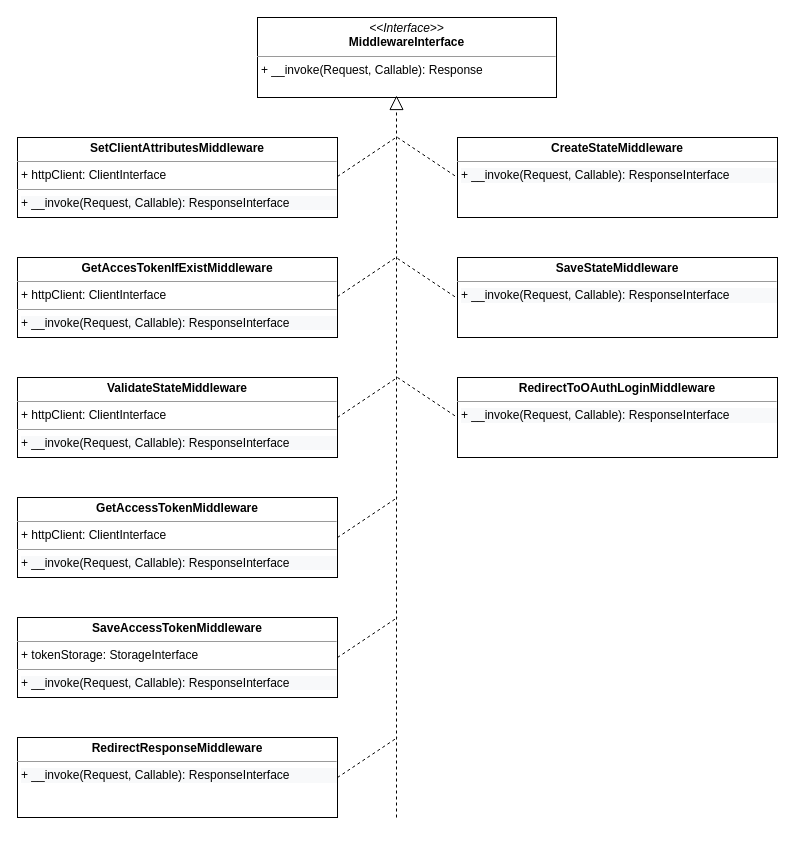
andrzej-pakula/oauth-api-connector-bundle keeps this draw.io diagram as page "Page-1" (1 of 3) of oauth.drawio. Above is the earlier version. Source tidied: cells renumbered, new cells numbered last; positions are measured from the earlier drawing's top-left corner, leaving out a move shared by most shapes. Both pictures are drawn from the tidied source at 100%, with x=0, y=0 at pixel (17, 17).
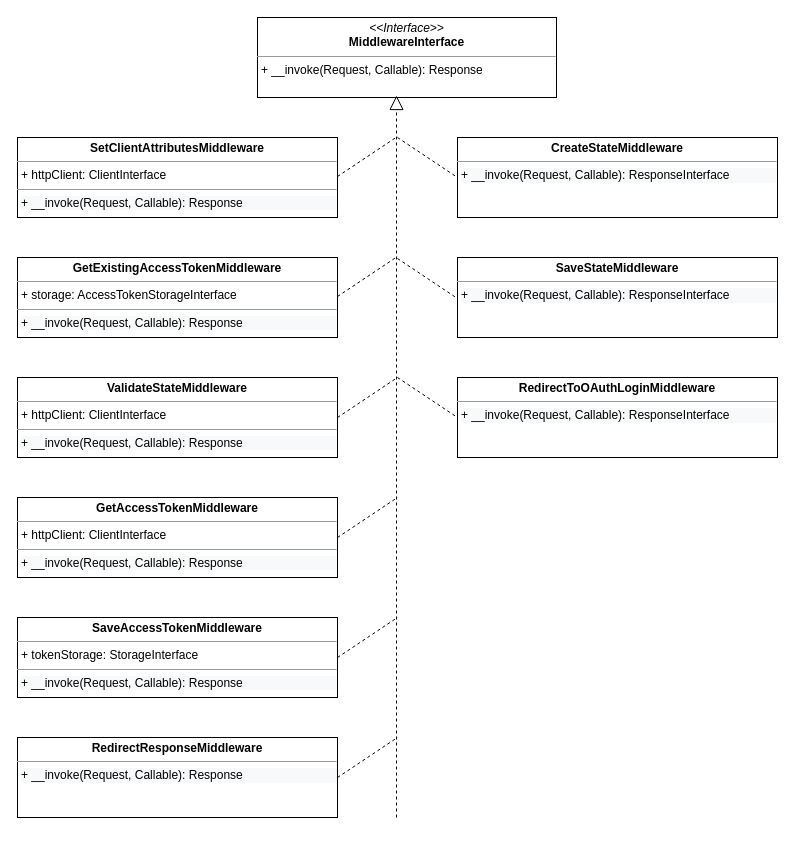
The same diagram, later.

The edit, as a diff of the source:
```diff
@@
-    <mxCell id="3" value="&lt;p style=&quot;margin: 0px ; margin-top: 4px ; text-align: center&quot;&gt;&lt;b&gt;GetAccessTokenMiddleware&lt;/b&gt;&lt;/p&gt;&lt;hr size=&quot;1&quot;&gt;&lt;p style=&quot;margin: 0px ; margin-left: 4px&quot;&gt;+ httpClient: ClientInterface&lt;/p&gt;&lt;hr size=&quot;1&quot;&gt;&lt;p style=&quot;margin: 0px ; margin-left: 4px&quot;&gt;&lt;span style=&quot;color: rgb(0 , 0 , 0) ; font-family: &amp;#34;helvetica&amp;#34; ; font-size: 12px ; font-style: normal ; font-weight: 400 ; letter-spacing: normal ; text-align: left ; text-indent: 0px ; text-transform: none ; word-spacing: 0px ; background-color: rgb(248 , 249 , 250) ; float: none ; display: inline&quot;&gt;&lt;/span&gt;&lt;/p&gt;&lt;p style=&quot;color: rgb(0 , 0 , 0) ; font-family: &amp;#34;helvetica&amp;#34; ; font-size: 12px ; font-style: normal ; font-weight: 400 ; letter-spacing: normal ; text-align: left ; text-indent: 0px ; text-transform: none ; word-spacing: 0px ; background-color: rgb(248 , 249 , 250) ; margin: 0px 0px 0px 4px&quot;&gt;&lt;span&gt;+ __invoke(Request, Callable): ResponseInterface&lt;/span&gt;&lt;/p&gt;" style="verticalAlign=top;align=left;overflow=fill;fontSize=12;fontFamily=Helvetica;html=1;" parent="1" vertex="1">
+    <mxCell id="3" value="&lt;p style=&quot;margin: 0px ; margin-top: 4px ; text-align: center&quot;&gt;&lt;b&gt;GetAccessTokenMiddleware&lt;/b&gt;&lt;/p&gt;&lt;hr size=&quot;1&quot;&gt;&lt;p style=&quot;margin: 0px ; margin-left: 4px&quot;&gt;+ httpClient: ClientInterface&lt;/p&gt;&lt;hr size=&quot;1&quot;&gt;&lt;p style=&quot;margin: 0px ; margin-left: 4px&quot;&gt;&lt;span style=&quot;color: rgb(0 , 0 , 0) ; font-family: &amp;#34;helvetica&amp;#34; ; font-size: 12px ; font-style: normal ; font-weight: 400 ; letter-spacing: normal ; text-align: left ; text-indent: 0px ; text-transform: none ; word-spacing: 0px ; background-color: rgb(248 , 249 , 250) ; float: none ; display: inline&quot;&gt;&lt;/span&gt;&lt;/p&gt;&lt;p style=&quot;color: rgb(0 , 0 , 0) ; font-family: &amp;#34;helvetica&amp;#34; ; font-size: 12px ; font-style: normal ; font-weight: 400 ; letter-spacing: normal ; text-align: left ; text-indent: 0px ; text-transform: none ; word-spacing: 0px ; background-color: rgb(248 , 249 , 250) ; margin: 0px 0px 0px 4px&quot;&gt;&lt;span&gt;+ __invoke(Request, Callable): Response&lt;/span&gt;&lt;/p&gt;" style="verticalAlign=top;align=left;overflow=fill;fontSize=12;fontFamily=Helvetica;html=1;" parent="1" vertex="1">
       <mxGeometry y="480" width="320" height="80" as="geometry" />
     </mxCell>
-    <mxCell id="4" value="&lt;p style=&quot;margin: 0px ; margin-top: 4px ; text-align: center&quot;&gt;&lt;b&gt;SaveAccessTokenMiddleware&lt;/b&gt;&lt;/p&gt;&lt;hr size=&quot;1&quot;&gt;&lt;p style=&quot;margin: 0px ; margin-left: 4px&quot;&gt;+ tokenStorage: StorageInterface&lt;/p&gt;&lt;hr size=&quot;1&quot;&gt;&lt;p style=&quot;margin: 0px ; margin-left: 4px&quot;&gt;&lt;span style=&quot;color: rgb(0 , 0 , 0) ; font-family: &amp;#34;helvetica&amp;#34; ; font-size: 12px ; font-style: normal ; font-weight: 400 ; letter-spacing: normal ; text-align: left ; text-indent: 0px ; text-transform: none ; word-spacing: 0px ; background-color: rgb(248 , 249 , 250) ; float: none ; display: inline&quot;&gt;&lt;/span&gt;&lt;/p&gt;&lt;p style=&quot;color: rgb(0 , 0 , 0) ; font-family: &amp;#34;helvetica&amp;#34; ; font-size: 12px ; font-style: normal ; font-weight: 400 ; letter-spacing: normal ; text-align: left ; text-indent: 0px ; text-transform: none ; word-spacing: 0px ; background-color: rgb(248 , 249 , 250) ; margin: 0px 0px 0px 4px&quot;&gt;&lt;span&gt;+ __invoke(Request, Callable): ResponseInterface&lt;/span&gt;&lt;/p&gt;" style="verticalAlign=top;align=left;overflow=fill;fontSize=12;fontFamily=Helvetica;html=1;" parent="1" vertex="1">
+    <mxCell id="4" value="&lt;p style=&quot;margin: 0px ; margin-top: 4px ; text-align: center&quot;&gt;&lt;b&gt;SaveAccessTokenMiddleware&lt;/b&gt;&lt;/p&gt;&lt;hr size=&quot;1&quot;&gt;&lt;p style=&quot;margin: 0px ; margin-left: 4px&quot;&gt;+ tokenStorage: StorageInterface&lt;/p&gt;&lt;hr size=&quot;1&quot;&gt;&lt;p style=&quot;margin: 0px ; margin-left: 4px&quot;&gt;&lt;span style=&quot;color: rgb(0 , 0 , 0) ; font-family: &amp;#34;helvetica&amp;#34; ; font-size: 12px ; font-style: normal ; font-weight: 400 ; letter-spacing: normal ; text-align: left ; text-indent: 0px ; text-transform: none ; word-spacing: 0px ; background-color: rgb(248 , 249 , 250) ; float: none ; display: inline&quot;&gt;&lt;/span&gt;&lt;/p&gt;&lt;p style=&quot;color: rgb(0 , 0 , 0) ; font-family: &amp;#34;helvetica&amp;#34; ; font-size: 12px ; font-style: normal ; font-weight: 400 ; letter-spacing: normal ; text-align: left ; text-indent: 0px ; text-transform: none ; word-spacing: 0px ; background-color: rgb(248 , 249 , 250) ; margin: 0px 0px 0px 4px&quot;&gt;&lt;span&gt;+ __invoke(Request, Callable): Response&lt;/span&gt;&lt;/p&gt;" style="verticalAlign=top;align=left;overflow=fill;fontSize=12;fontFamily=Helvetica;html=1;" parent="1" vertex="1">
       <mxGeometry y="600" width="320" height="80" as="geometry" />
     </mxCell>
-    <mxCell id="5" value="&lt;p style=&quot;margin: 0px ; margin-top: 4px ; text-align: center&quot;&gt;&lt;b&gt;RedirectResponseMiddleware&lt;/b&gt;&lt;/p&gt;&lt;hr size=&quot;1&quot;&gt;&lt;p style=&quot;margin: 0px ; margin-left: 4px&quot;&gt;&lt;/p&gt;&lt;p style=&quot;margin: 0px ; margin-left: 4px&quot;&gt;&lt;span style=&quot;color: rgb(0 , 0 , 0) ; font-family: &amp;#34;helvetica&amp;#34; ; font-size: 12px ; font-style: normal ; font-weight: 400 ; letter-spacing: normal ; text-align: left ; text-indent: 0px ; text-transform: none ; word-spacing: 0px ; background-color: rgb(248 , 249 , 250) ; float: none ; display: inline&quot;&gt;&lt;/span&gt;&lt;/p&gt;&lt;p style=&quot;color: rgb(0 , 0 , 0) ; font-family: &amp;#34;helvetica&amp;#34; ; font-size: 12px ; font-style: normal ; font-weight: 400 ; letter-spacing: normal ; text-align: left ; text-indent: 0px ; text-transform: none ; word-spacing: 0px ; background-color: rgb(248 , 249 , 250) ; margin: 0px 0px 0px 4px&quot;&gt;&lt;span&gt;+ __invoke(Request, Callable): ResponseInterface&lt;/span&gt;&lt;/p&gt;" style="verticalAlign=top;align=left;overflow=fill;fontSize=12;fontFamily=Helvetica;html=1;" parent="1" vertex="1">
+    <mxCell id="5" value="&lt;p style=&quot;margin: 0px ; margin-top: 4px ; text-align: center&quot;&gt;&lt;b&gt;RedirectResponseMiddleware&lt;/b&gt;&lt;/p&gt;&lt;hr size=&quot;1&quot;&gt;&lt;p style=&quot;margin: 0px ; margin-left: 4px&quot;&gt;&lt;/p&gt;&lt;p style=&quot;margin: 0px ; margin-left: 4px&quot;&gt;&lt;span style=&quot;color: rgb(0 , 0 , 0) ; font-family: &amp;#34;helvetica&amp;#34; ; font-size: 12px ; font-style: normal ; font-weight: 400 ; letter-spacing: normal ; text-align: left ; text-indent: 0px ; text-transform: none ; word-spacing: 0px ; background-color: rgb(248 , 249 , 250) ; float: none ; display: inline&quot;&gt;&lt;/span&gt;&lt;/p&gt;&lt;p style=&quot;color: rgb(0 , 0 , 0) ; font-family: &amp;#34;helvetica&amp;#34; ; font-size: 12px ; font-style: normal ; font-weight: 400 ; letter-spacing: normal ; text-align: left ; text-indent: 0px ; text-transform: none ; word-spacing: 0px ; background-color: rgb(248 , 249 , 250) ; margin: 0px 0px 0px 4px&quot;&gt;&lt;span&gt;+ __invoke(Request, Callable): Response&lt;/span&gt;&lt;/p&gt;" style="verticalAlign=top;align=left;overflow=fill;fontSize=12;fontFamily=Helvetica;html=1;" parent="1" vertex="1">
       <mxGeometry y="720" width="320" height="80" as="geometry" />
     </mxCell>
@@
-    <mxCell id="10" value="&lt;p style=&quot;margin: 0px ; margin-top: 4px ; text-align: center&quot;&gt;&lt;b&gt;ValidateStateMiddleware&lt;/b&gt;&lt;/p&gt;&lt;hr size=&quot;1&quot;&gt;&lt;p style=&quot;margin: 0px ; margin-left: 4px&quot;&gt;+ httpClient: ClientInterface&lt;/p&gt;&lt;hr size=&quot;1&quot;&gt;&lt;p style=&quot;margin: 0px ; margin-left: 4px&quot;&gt;&lt;span style=&quot;color: rgb(0 , 0 , 0) ; font-family: &amp;#34;helvetica&amp;#34; ; font-size: 12px ; font-style: normal ; font-weight: 400 ; letter-spacing: normal ; text-align: left ; text-indent: 0px ; text-transform: none ; word-spacing: 0px ; background-color: rgb(248 , 249 , 250) ; float: none ; display: inline&quot;&gt;&lt;/span&gt;&lt;/p&gt;&lt;p style=&quot;color: rgb(0 , 0 , 0) ; font-family: &amp;#34;helvetica&amp;#34; ; font-size: 12px ; font-style: normal ; font-weight: 400 ; letter-spacing: normal ; text-align: left ; text-indent: 0px ; text-transform: none ; word-spacing: 0px ; background-color: rgb(248 , 249 , 250) ; margin: 0px 0px 0px 4px&quot;&gt;&lt;span&gt;+ __invoke(Request, Callable): ResponseInterface&lt;/span&gt;&lt;/p&gt;" style="verticalAlign=top;align=left;overflow=fill;fontSize=12;fontFamily=Helvetica;html=1;" parent="1" vertex="1">
+    <mxCell id="10" value="&lt;p style=&quot;margin: 0px ; margin-top: 4px ; text-align: center&quot;&gt;&lt;b&gt;ValidateStateMiddleware&lt;/b&gt;&lt;/p&gt;&lt;hr size=&quot;1&quot;&gt;&lt;p style=&quot;margin: 0px ; margin-left: 4px&quot;&gt;+ httpClient: ClientInterface&lt;/p&gt;&lt;hr size=&quot;1&quot;&gt;&lt;p style=&quot;margin: 0px ; margin-left: 4px&quot;&gt;&lt;span style=&quot;color: rgb(0 , 0 , 0) ; font-family: &amp;#34;helvetica&amp;#34; ; font-size: 12px ; font-style: normal ; font-weight: 400 ; letter-spacing: normal ; text-align: left ; text-indent: 0px ; text-transform: none ; word-spacing: 0px ; background-color: rgb(248 , 249 , 250) ; float: none ; display: inline&quot;&gt;&lt;/span&gt;&lt;/p&gt;&lt;p style=&quot;color: rgb(0 , 0 , 0) ; font-family: &amp;#34;helvetica&amp;#34; ; font-size: 12px ; font-style: normal ; font-weight: 400 ; letter-spacing: normal ; text-align: left ; text-indent: 0px ; text-transform: none ; word-spacing: 0px ; background-color: rgb(248 , 249 , 250) ; margin: 0px 0px 0px 4px&quot;&gt;&lt;span&gt;+ __invoke(Request, Callable): Response&lt;/span&gt;&lt;/p&gt;" style="verticalAlign=top;align=left;overflow=fill;fontSize=12;fontFamily=Helvetica;html=1;" parent="1" vertex="1">
       <mxGeometry y="360" width="320" height="80" as="geometry" />
     </mxCell>
-    <mxCell id="11" value="&lt;p style=&quot;margin: 0px ; margin-top: 4px ; text-align: center&quot;&gt;&lt;b&gt;GetAccesTokenIfExistMiddleware&lt;/b&gt;&lt;/p&gt;&lt;hr size=&quot;1&quot;&gt;&lt;p style=&quot;margin: 0px ; margin-left: 4px&quot;&gt;+ httpClient: ClientInterface&lt;/p&gt;&lt;hr size=&quot;1&quot;&gt;&lt;p style=&quot;margin: 0px ; margin-left: 4px&quot;&gt;&lt;span style=&quot;color: rgb(0 , 0 , 0) ; font-family: &amp;#34;helvetica&amp;#34; ; font-size: 12px ; font-style: normal ; font-weight: 400 ; letter-spacing: normal ; text-align: left ; text-indent: 0px ; text-transform: none ; word-spacing: 0px ; background-color: rgb(248 , 249 , 250) ; float: none ; display: inline&quot;&gt;&lt;/span&gt;&lt;/p&gt;&lt;p style=&quot;color: rgb(0 , 0 , 0) ; font-family: &amp;#34;helvetica&amp;#34; ; font-size: 12px ; font-style: normal ; font-weight: 400 ; letter-spacing: normal ; text-align: left ; text-indent: 0px ; text-transform: none ; word-spacing: 0px ; background-color: rgb(248 , 249 , 250) ; margin: 0px 0px 0px 4px&quot;&gt;&lt;span&gt;+ __invoke(Request, Callable): ResponseInterface&lt;/span&gt;&lt;/p&gt;" style="verticalAlign=top;align=left;overflow=fill;fontSize=12;fontFamily=Helvetica;html=1;" parent="1" vertex="1">
+    <mxCell id="11" value="&lt;p style=&quot;margin: 0px ; margin-top: 4px ; text-align: center&quot;&gt;&lt;b&gt;GetExistingAccessTokenMiddleware&lt;/b&gt;&lt;/p&gt;&lt;hr size=&quot;1&quot;&gt;&lt;p style=&quot;margin: 0px ; margin-left: 4px&quot;&gt;+ storage: AccessTokenStorageInterface&lt;/p&gt;&lt;hr size=&quot;1&quot;&gt;&lt;p style=&quot;margin: 0px ; margin-left: 4px&quot;&gt;&lt;span style=&quot;color: rgb(0 , 0 , 0) ; font-family: &amp;#34;helvetica&amp;#34; ; font-size: 12px ; font-style: normal ; font-weight: 400 ; letter-spacing: normal ; text-align: left ; text-indent: 0px ; text-transform: none ; word-spacing: 0px ; background-color: rgb(248 , 249 , 250) ; float: none ; display: inline&quot;&gt;&lt;/span&gt;&lt;/p&gt;&lt;p style=&quot;color: rgb(0 , 0 , 0) ; font-family: &amp;#34;helvetica&amp;#34; ; font-size: 12px ; font-style: normal ; font-weight: 400 ; letter-spacing: normal ; text-align: left ; text-indent: 0px ; text-transform: none ; word-spacing: 0px ; background-color: rgb(248 , 249 , 250) ; margin: 0px 0px 0px 4px&quot;&gt;&lt;span&gt;+ __invoke(Request, Callable): Response&lt;/span&gt;&lt;/p&gt;" style="verticalAlign=top;align=left;overflow=fill;fontSize=12;fontFamily=Helvetica;html=1;" parent="1" vertex="1">
       <mxGeometry y="240" width="320" height="80" as="geometry" />
     </mxCell>
@@
-    <mxCell id="15" value="&lt;p style=&quot;margin: 0px ; margin-top: 4px ; text-align: center&quot;&gt;&lt;b&gt;SetClientAttributesMiddleware&lt;/b&gt;&lt;/p&gt;&lt;hr size=&quot;1&quot;&gt;&lt;p style=&quot;margin: 0px ; margin-left: 4px&quot;&gt;+ httpClient: ClientInterface&lt;/p&gt;&lt;hr size=&quot;1&quot;&gt;&lt;p style=&quot;margin: 0px ; margin-left: 4px&quot;&gt;&lt;span style=&quot;color: rgb(0 , 0 , 0) ; font-family: &amp;#34;helvetica&amp;#34; ; font-size: 12px ; font-style: normal ; font-weight: 400 ; letter-spacing: normal ; text-align: left ; text-indent: 0px ; text-transform: none ; word-spacing: 0px ; background-color: rgb(248 , 249 , 250) ; float: none ; display: inline&quot;&gt;&lt;/span&gt;&lt;/p&gt;&lt;p style=&quot;color: rgb(0 , 0 , 0) ; font-family: &amp;#34;helvetica&amp;#34; ; font-size: 12px ; font-style: normal ; font-weight: 400 ; letter-spacing: normal ; text-align: left ; text-indent: 0px ; text-transform: none ; word-spacing: 0px ; background-color: rgb(248 , 249 , 250) ; margin: 0px 0px 0px 4px&quot;&gt;&lt;span&gt;+ __invoke(Request, Callable): ResponseInterface&lt;/span&gt;&lt;/p&gt;" style="verticalAlign=top;align=left;overflow=fill;fontSize=12;fontFamily=Helvetica;html=1;" parent="1" vertex="1">
+    <mxCell id="15" value="&lt;p style=&quot;margin: 0px ; margin-top: 4px ; text-align: center&quot;&gt;&lt;b&gt;SetClientAttributesMiddleware&lt;/b&gt;&lt;/p&gt;&lt;hr size=&quot;1&quot;&gt;&lt;p style=&quot;margin: 0px ; margin-left: 4px&quot;&gt;+ httpClient: ClientInterface&lt;/p&gt;&lt;hr size=&quot;1&quot;&gt;&lt;p style=&quot;margin: 0px ; margin-left: 4px&quot;&gt;&lt;span style=&quot;color: rgb(0 , 0 , 0) ; font-family: &amp;#34;helvetica&amp;#34; ; font-size: 12px ; font-style: normal ; font-weight: 400 ; letter-spacing: normal ; text-align: left ; text-indent: 0px ; text-transform: none ; word-spacing: 0px ; background-color: rgb(248 , 249 , 250) ; float: none ; display: inline&quot;&gt;&lt;/span&gt;&lt;/p&gt;&lt;p style=&quot;color: rgb(0 , 0 , 0) ; font-family: &amp;#34;helvetica&amp;#34; ; font-size: 12px ; font-style: normal ; font-weight: 400 ; letter-spacing: normal ; text-align: left ; text-indent: 0px ; text-transform: none ; word-spacing: 0px ; background-color: rgb(248 , 249 , 250) ; margin: 0px 0px 0px 4px&quot;&gt;&lt;span&gt;+ __invoke(Request, Callable): Response&lt;/span&gt;&lt;/p&gt;" style="verticalAlign=top;align=left;overflow=fill;fontSize=12;fontFamily=Helvetica;html=1;" parent="1" vertex="1">
       <mxGeometry y="120" width="320" height="80" as="geometry" />
     </mxCell>
```
